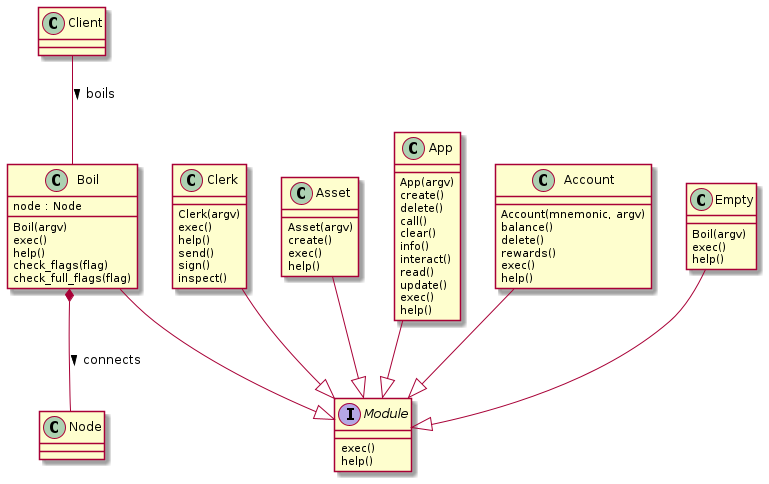
Earlier version of the PlantUML export doc/design.png (dzuqe/boil).
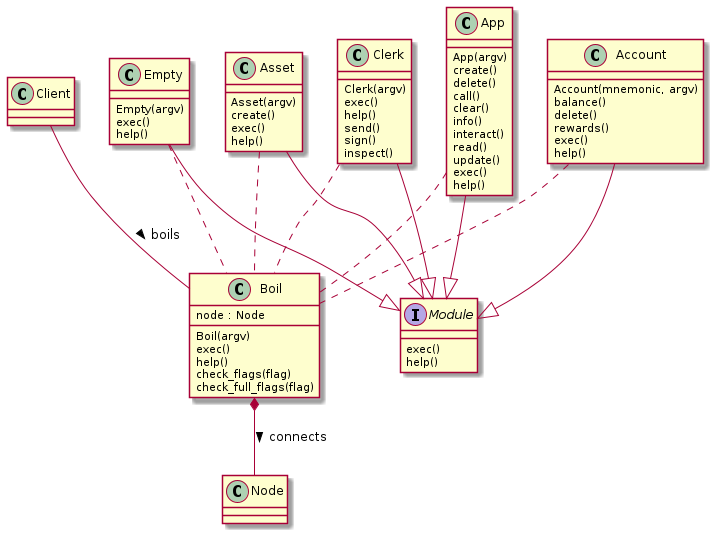
The same file after the commit.

Commit message:
show that Boil uses the modules

The edit, as a diff of the source:
```diff
@@ -51,14 +51,13 @@
     help()
 }
 class Empty {
-    Boil(argv)
+    Empty(argv)
     exec()
     help()
 }
 
 Client -- Boil : boils >
 
-Boil --|> Module
 Boil *-- Node : connects >
 
 Empty --|> Module
@@ -67,4 +66,11 @@
 Account --|> Module
 Clerk --|> Module
 
+
+Empty .. Boil
+Asset .. Boil
+App .. Boil
+Account .. Boil
+Clerk .. Boil
+
 @enduml
```
